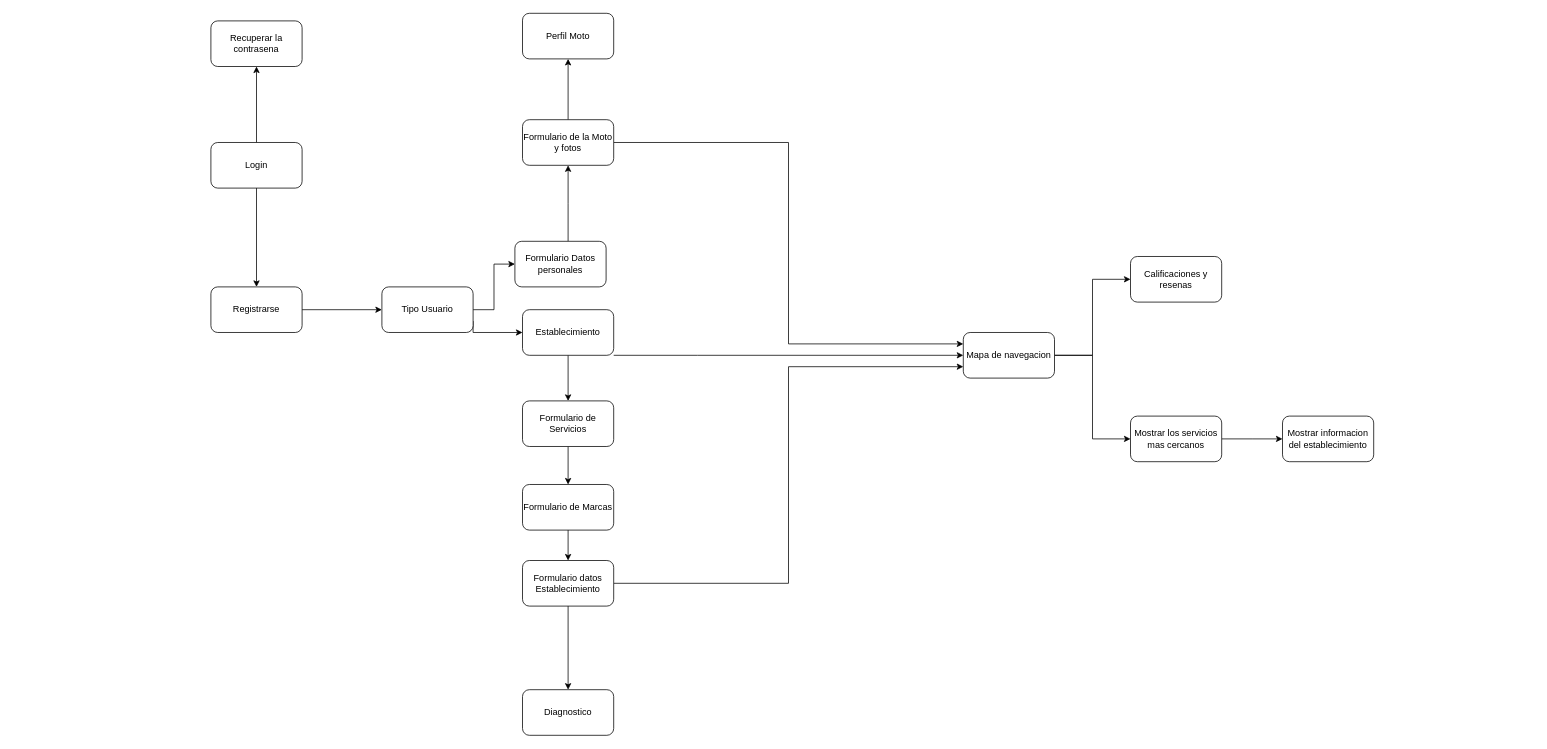
EstebanGitPro/Digramas keeps this draw.io diagram as page "Front" (1 of 2) of flijoDePantallas.drawio. Above is the earlier version. Source tidied: cells renumbered, new cells numbered last; positions are measured from the earlier drawing's top-left corner, leaving out a move shared by most shapes. Both pictures are drawn from the tidied source at 76%, with x=0, y=0 at pixel (211, 13).
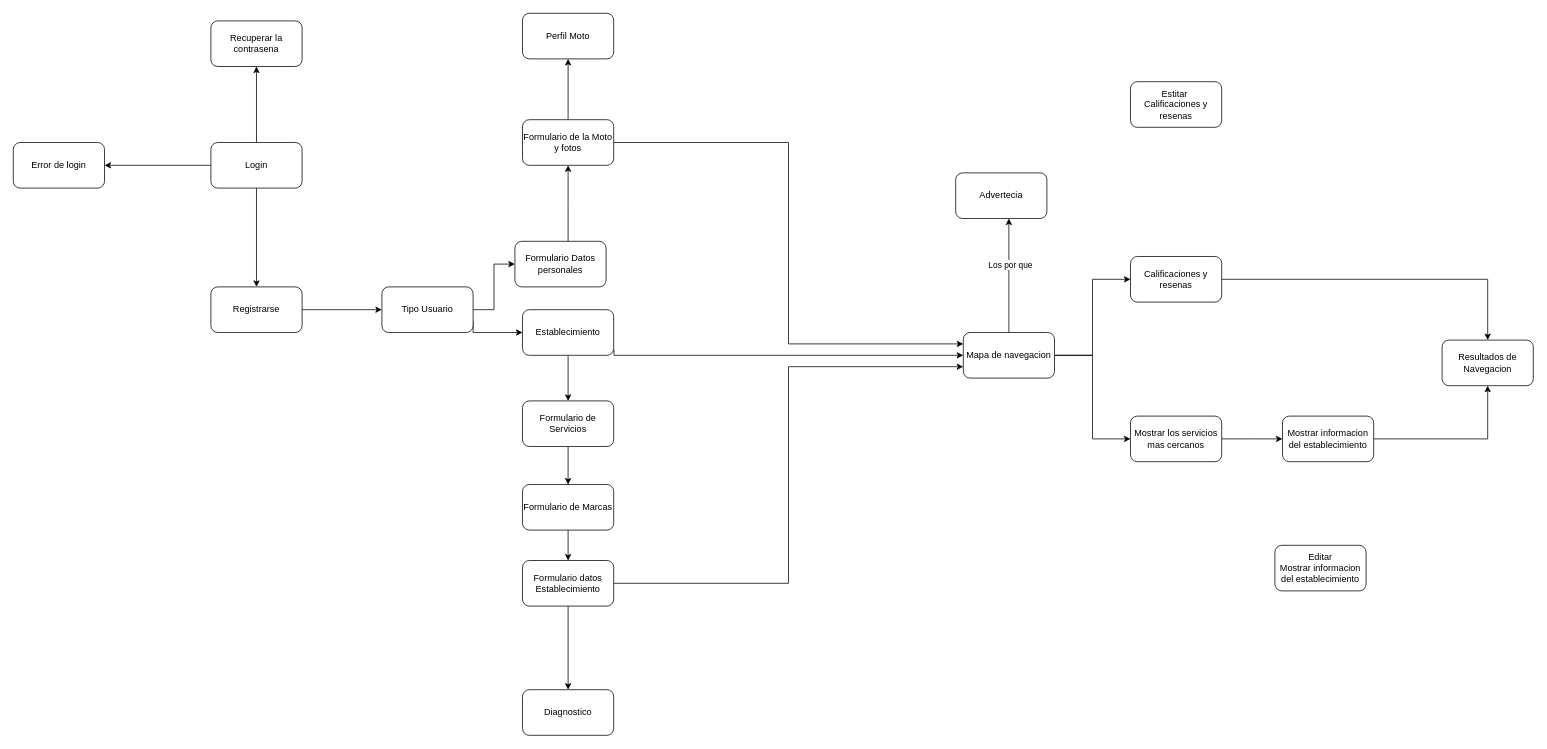
Above is the later version.

Unchanged cells that the change refers to:
```xml
<mxCell id="4" value="Login" style="rounded=1;whiteSpace=wrap;html=1;" parent="1" vertex="1">
  <mxGeometry y="170" width="120" height="60" as="geometry" />
</mxCell>
<mxCell id="15" value="Establecimiento" style="rounded=1;whiteSpace=wrap;html=1;" parent="1" vertex="1">
  <mxGeometry x="410" y="390" width="120" height="60" as="geometry" />
</mxCell>
<mxCell id="28" value="Mapa de navegacion" style="rounded=1;whiteSpace=wrap;html=1;" parent="1" vertex="1">
  <mxGeometry x="990" y="420" width="120" height="60" as="geometry" />
</mxCell>
<mxCell id="31" value="Calificaciones y resenas" style="rounded=1;whiteSpace=wrap;html=1;" parent="1" vertex="1">
  <mxGeometry x="1210" y="320" width="120" height="60" as="geometry" />
</mxCell>
<mxCell id="34" value="Mostrar informacion del establecimiento" style="rounded=1;whiteSpace=wrap;html=1;" parent="1" vertex="1">
  <mxGeometry x="1410" y="530" width="120" height="60" as="geometry" />
</mxCell>
```

The edit, as a diff of the source:
```diff
@@
+    <mxCell id="35" style="edgeStyle=orthogonalEdgeStyle;rounded=0;jettySize=auto;html=1;" parent="1" edge="1" source="4" target="39">
+      <mxGeometry relative="1" as="geometry" />
+    </mxCell>
@@
-    <mxCell id="14" style="edgeStyle=orthogonalEdgeStyle;rounded=0;jettySize=auto;html=1;" parent="1" edge="1" source="15" target="28">
+    <mxCell id="14" style="edgeStyle=orthogonalEdgeStyle;rounded=0;jettySize=auto;html=1;exitX=1.003;exitY=0.88;exitDx=0;exitDy=0;exitPerimeter=0;" parent="1" edge="1" source="15" target="28">
       <mxGeometry relative="1" as="geometry">
         <Array as="points">
-          <mxPoint x="640" y="450" />
-          <mxPoint x="640" y="450" />
+          <mxPoint x="530" y="450" />
         </Array>
       </mxGeometry>
     </mxCell>
@@
+    <mxCell id="36" style="edgeStyle=orthogonalEdgeStyle;rounded=0;jettySize=auto;html=1;entryX=0.5;entryY=0;entryDx=0;entryDy=0;" parent="1" edge="1" source="31" target="42">
+      <mxGeometry relative="1" as="geometry" />
+    </mxCell>
@@
+    <mxCell id="37" style="edgeStyle=orthogonalEdgeStyle;rounded=0;jettySize=auto;html=1;entryX=0.5;entryY=1;entryDx=0;entryDy=0;" parent="1" edge="1" source="34" target="42">
+      <mxGeometry relative="1" as="geometry" />
+    </mxCell>
@@
+    <mxCell id="38" value="Advertecia" style="rounded=1;whiteSpace=wrap;html=1;" parent="1" vertex="1">
+      <mxGeometry x="980" y="210" width="120" height="60" as="geometry" />
+    </mxCell>
+    <mxCell id="39" value="Error de login" style="rounded=1;whiteSpace=wrap;html=1;" parent="1" vertex="1">
+      <mxGeometry x="-260" y="170" width="120" height="60" as="geometry" />
+    </mxCell>
+    <mxCell id="40" style="edgeStyle=orthogonalEdgeStyle;rounded=0;jettySize=auto;html=1;entryX=0.583;entryY=1;entryDx=0;entryDy=0;entryPerimeter=0;" parent="1" edge="1" source="28" target="38">
+      <mxGeometry relative="1" as="geometry" />
+    </mxCell>
+    <mxCell id="41" value="Los por que" style="edgeLabel;html=1;align=center;verticalAlign=middle;" parent="40" vertex="1">
+      <mxGeometry x="0.2" y="-2" relative="1" as="geometry" />
+    </mxCell>
+    <mxCell id="42" value="Resultados de Navegacion" style="rounded=1;whiteSpace=wrap;html=1;" parent="1" vertex="1">
+      <mxGeometry x="1620" y="430" width="120" height="60" as="geometry" />
+    </mxCell>
+    <mxCell id="43" value="&lt;div&gt;Estitar&amp;nbsp;&lt;/div&gt;Calificaciones y resenas" style="rounded=1;whiteSpace=wrap;html=1;" parent="1" vertex="1">
+      <mxGeometry x="1210" y="90" width="120" height="60" as="geometry" />
+    </mxCell>
+    <mxCell id="44" value="&lt;div&gt;Editar&lt;/div&gt;Mostrar informacion del establecimiento" style="rounded=1;whiteSpace=wrap;html=1;" parent="1" vertex="1">
+      <mxGeometry x="1400" y="700" width="120" height="60" as="geometry" />
+    </mxCell>
```
